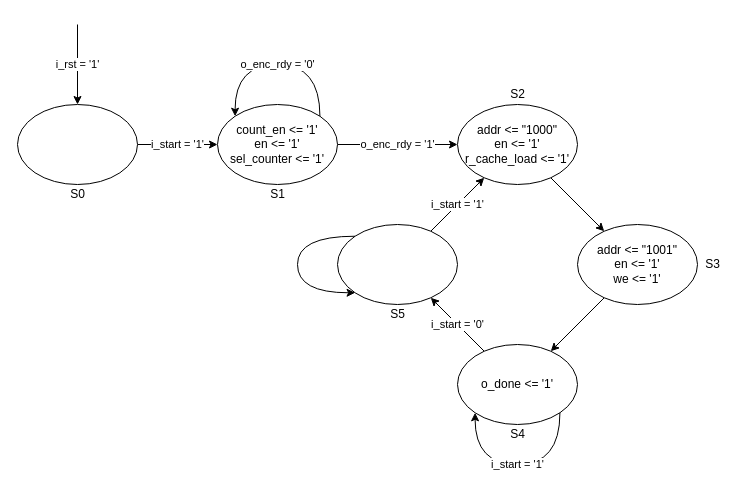
Earlier version of the draw.io diagram page "fsa" (5 of 5) of schema.drawio (imDema/progetto_reti_logiche). Source tidied: cells renumbered, new cells numbered last; positions are measured from the earlier drawing's top-left corner, leaving out a move shared by most shapes. Both pictures are drawn from the tidied source at 100%, with x=0, y=0 at pixel (17, 24).
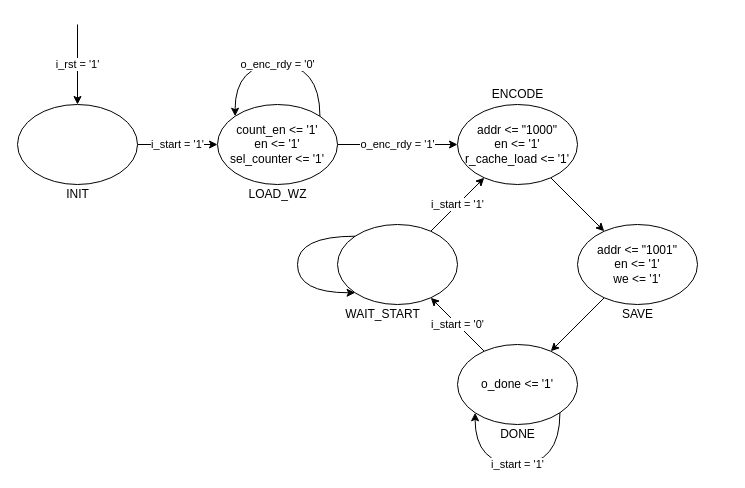
Above is the later version.

Change to the diagram source:
```diff
@@
-    <mxCell id="16" value="S0" style="text;html=1;align=center;verticalAlign=middle;" parent="1" vertex="1">
-      <mxGeometry x="45" y="160" width="30" height="20" as="geometry" />
+    <mxCell id="16" value="INIT" style="text;html=1;align=center;verticalAlign=middle;" parent="1" vertex="1">
+      <mxGeometry x="40" y="160" width="40" height="20" as="geometry" />
     </mxCell>
-    <mxCell id="17" value="S1" style="text;html=1;align=center;verticalAlign=middle;" parent="1" vertex="1">
-      <mxGeometry x="245" y="160" width="30" height="20" as="geometry" />
+    <mxCell id="17" value="LOAD_WZ" style="text;html=1;align=center;verticalAlign=middle;" parent="1" vertex="1">
+      <mxGeometry x="225" y="160" width="70" height="20" as="geometry" />
     </mxCell>
-    <mxCell id="18" value="S2" style="text;html=1;align=center;verticalAlign=middle;" parent="1" vertex="1">
-      <mxGeometry x="485" y="60" width="30" height="20" as="geometry" />
+    <mxCell id="18" value="ENCODE" style="text;html=1;align=center;verticalAlign=middle;" parent="1" vertex="1">
+      <mxGeometry x="465" y="60" width="70" height="20" as="geometry" />
     </mxCell>
-    <mxCell id="19" value="S3" style="text;html=1;align=center;verticalAlign=middle;" parent="1" vertex="1">
-      <mxGeometry x="680" y="230" width="30" height="20" as="geometry" />
+    <mxCell id="19" value="SAVE" style="text;html=1;align=center;verticalAlign=middle;" parent="1" vertex="1">
+      <mxGeometry x="595" y="280" width="50" height="20" as="geometry" />
     </mxCell>
-    <mxCell id="20" value="S4" style="text;html=1;align=center;verticalAlign=middle;" parent="1" vertex="1">
-      <mxGeometry x="485" y="400" width="30" height="20" as="geometry" />
+    <mxCell id="20" value="DONE" style="text;html=1;align=center;verticalAlign=middle;" parent="1" vertex="1">
+      <mxGeometry x="475" y="400" width="50" height="20" as="geometry" />
     </mxCell>
-    <mxCell id="21" value="S5" style="text;html=1;align=center;verticalAlign=middle;" parent="1" vertex="1">
-      <mxGeometry x="365" y="280" width="30" height="20" as="geometry" />
+    <mxCell id="21" value="WAIT_START" style="text;html=1;align=center;verticalAlign=middle;" parent="1" vertex="1">
+      <mxGeometry x="320" y="280" width="90" height="20" as="geometry" />
     </mxCell>
```
